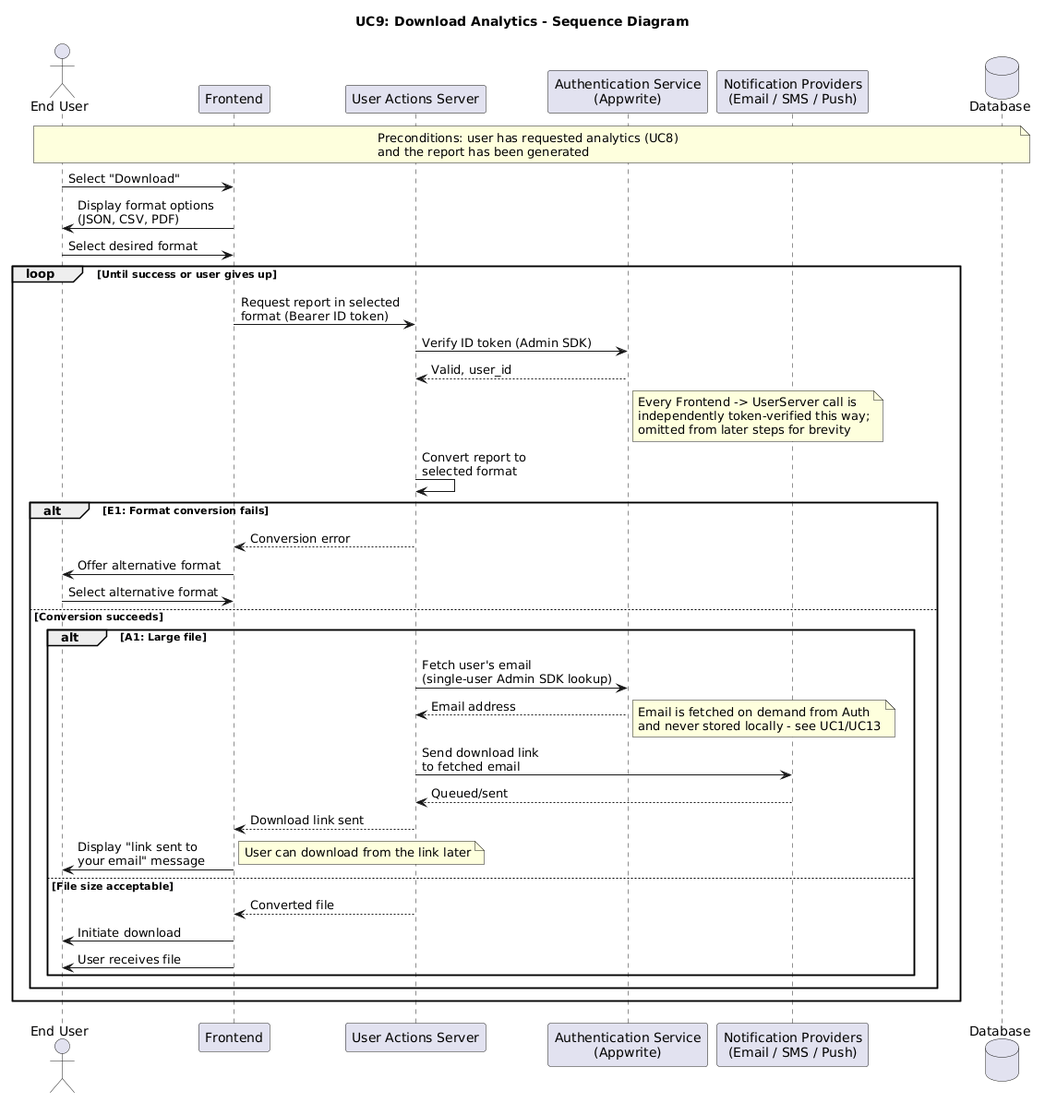
This is requirements/sequence_diagrams/UC9_Download_Analytics.png from ManosMorf97/Weather-Forecasts-AI-Remastered, a PlantUML export, as it was before one commit. Its diagram source:
```plantuml
@startuml
title UC9: Download Analytics - Sequence Diagram

actor "End User" as User
participant "Frontend" as Frontend
participant "User Actions Server" as UserServer
participant "Authentication Service\n(Appwrite)" as Auth
participant "Notification Providers\n(Email / SMS / Push)" as NotifyProviders
database "Database" as DB

note over User, DB
  Preconditions: user has requested analytics (UC8)
  and the report has been generated
end note

User -> Frontend: Select "Download"
Frontend -> User: Display format options\n(JSON, CSV, PDF)
User -> Frontend: Select desired format

loop Until success or user gives up
  Frontend -> UserServer: Request report in selected\nformat (Bearer ID token)
  UserServer -> Auth: Verify ID token (Admin SDK)
  Auth --> UserServer: Valid, user_id
  note right of Auth
    Every Frontend -> UserServer call is
    independently token-verified this way;
    omitted from later steps for brevity
  end note

  UserServer -> UserServer: Convert report to\nselected format

  alt E1: Format conversion fails
    UserServer --> Frontend: Conversion error
    Frontend -> User: Offer alternative format
    User -> Frontend: Select alternative format
  else Conversion succeeds
    alt A1: Large file
      UserServer -> Auth: Fetch user's email\n(single-user Admin SDK lookup)
      Auth --> UserServer: Email address
      note right
        Email is fetched on demand from Auth
        and never stored locally - see UC1/UC13
      end note
      UserServer -> NotifyProviders: Send download link\nto fetched email
      NotifyProviders --> UserServer: Queued/sent
      UserServer --> Frontend: Download link sent
      Frontend -> User: Display "link sent to\nyour email" message
      note right: User can download from the link later
    else File size acceptable
      UserServer --> Frontend: Converted file
      Frontend -> User: Initiate download
      Frontend -> User: User receives file
    end
  end
end
@enduml
```
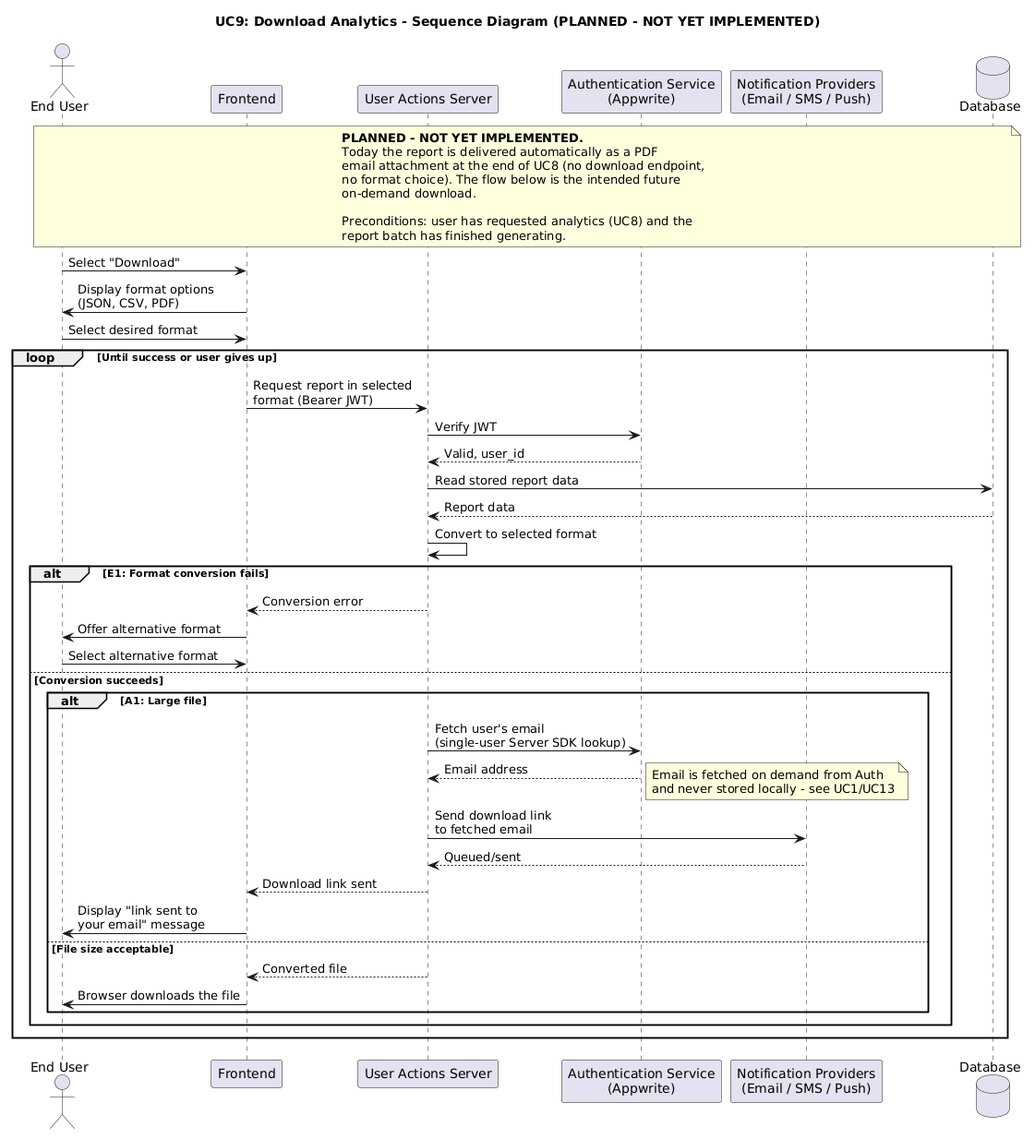
The same file after the commit.

Diff of the diagram source:
```diff
@@ -1,5 +1,5 @@
 @startuml
-title UC9: Download Analytics - Sequence Diagram
+title UC9: Download Analytics - Sequence Diagram (PLANNED - NOT YET IMPLEMENTED)
 
 actor "End User" as User
 participant "Frontend" as Frontend
@@ -9,8 +9,14 @@
 database "Database" as DB
 
 note over User, DB
-  Preconditions: user has requested analytics (UC8)
-  and the report has been generated
+  **PLANNED - NOT YET IMPLEMENTED.**
+  Today the report is delivered automatically as a PDF
+  email attachment at the end of UC8 (no download endpoint,
+  no format choice). The flow below is the intended future
+  on-demand download.
+
+  Preconditions: user has requested analytics (UC8) and the
+  report batch has finished generating.
 end note
 
 User -> Frontend: Select "Download"
@@ -18,16 +24,13 @@
 User -> Frontend: Select desired format
 
 loop Until success or user gives up
-  Frontend -> UserServer: Request report in selected\nformat (Bearer ID token)
-  UserServer -> Auth: Verify ID token (Admin SDK)
+  Frontend -> UserServer: Request report in selected\nformat (Bearer JWT)
+  UserServer -> Auth: Verify JWT
   Auth --> UserServer: Valid, user_id
-  note right of Auth
-    Every Frontend -> UserServer call is
-    independently token-verified this way;
-    omitted from later steps for brevity
-  end note
 
-  UserServer -> UserServer: Convert report to\nselected format
+  UserServer -> DB: Read stored report data
+  DB --> UserServer: Report data
+  UserServer -> UserServer: Convert to selected format
 
   alt E1: Format conversion fails
     UserServer --> Frontend: Conversion error
@@ -35,7 +38,7 @@
     User -> Frontend: Select alternative format
   else Conversion succeeds
     alt A1: Large file
-      UserServer -> Auth: Fetch user's email\n(single-user Admin SDK lookup)
+      UserServer -> Auth: Fetch user's email\n(single-user Server SDK lookup)
       Auth --> UserServer: Email address
       note right
         Email is fetched on demand from Auth
@@ -45,11 +48,9 @@
       NotifyProviders --> UserServer: Queued/sent
       UserServer --> Frontend: Download link sent
       Frontend -> User: Display "link sent to\nyour email" message
-      note right: User can download from the link later
     else File size acceptable
       UserServer --> Frontend: Converted file
-      Frontend -> User: Initiate download
-      Frontend -> User: User receives file
+      Frontend -> User: Browser downloads the file
     end
   end
 end
```
